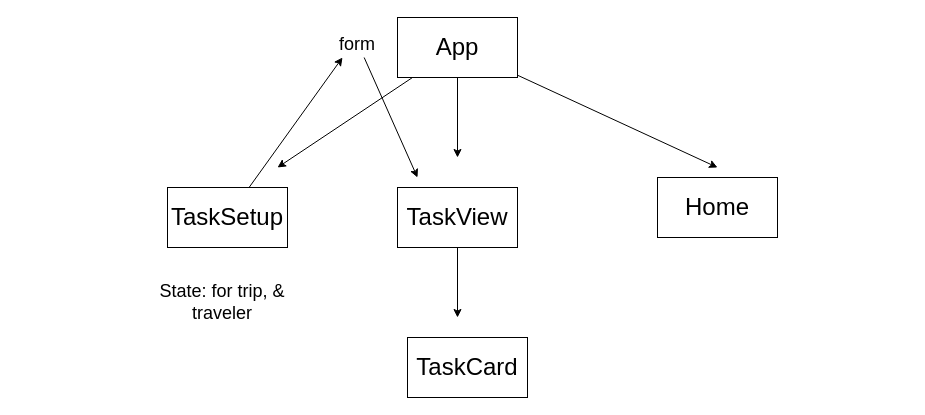
This is src/hierarchy.drawio from penelopedurand/TripPlanner, a draw.io file, before an edit. Source tidied: cells renumbered, new cells numbered last; positions are measured from the earlier drawing's top-left corner, leaving out a move shared by most shapes. Both pictures are drawn from the tidied source at 100%, with x=0, y=0 at pixel (147, 17).
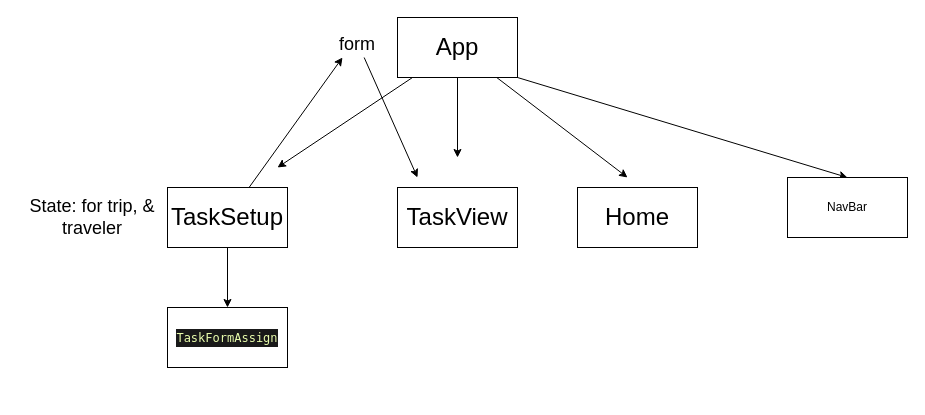
Above is the later version.

The change refers to these unchanged cells:
```xml
<mxCell id="5" value="&lt;font style=&quot;font-size: 24px&quot;&gt;App&lt;/font&gt;" style="rounded=0;whiteSpace=wrap;html=1;" parent="1" vertex="1">
  <mxGeometry x="250" width="120" height="60" as="geometry" />
</mxCell>
<mxCell id="8" value="&lt;span style=&quot;font-size: 24px&quot;&gt;TaskSetup&lt;/span&gt;" style="rounded=0;whiteSpace=wrap;html=1;" parent="1" vertex="1">
  <mxGeometry x="20" y="170" width="120" height="60" as="geometry" />
</mxCell>
<mxCell id="10" value="&lt;span style=&quot;font-size: 24px&quot;&gt;TaskView&lt;/span&gt;" style="rounded=0;whiteSpace=wrap;html=1;" parent="1" vertex="1">
  <mxGeometry x="250" y="170" width="120" height="60" as="geometry" />
</mxCell>
```

Change to the diagram source:
```diff
@@
     <mxCell id="4" style="edgeStyle=none;html=1;fontSize=24;" parent="1" edge="1" source="5">
       <mxGeometry relative="1" as="geometry">
-        <mxPoint x="570" y="150" as="targetPoint" />
+        <mxPoint x="480" y="160" as="targetPoint" />
       </mxGeometry>
     </mxCell>
+    <mxCell id="16" style="edgeStyle=none;html=1;exitX=1;exitY=1;exitDx=0;exitDy=0;entryX=0.5;entryY=0;entryDx=0;entryDy=0;" parent="1" edge="1" source="5" target="18">
+      <mxGeometry relative="1" as="geometry" />
+    </mxCell>
@@
+    <mxCell id="17" style="edgeStyle=none;html=1;exitX=0.5;exitY=1;exitDx=0;exitDy=0;entryX=0.5;entryY=0;entryDx=0;entryDy=0;" parent="1" edge="1" source="8" target="19">
+      <mxGeometry relative="1" as="geometry" />
+    </mxCell>
@@
-    <mxCell id="9" style="edgeStyle=none;html=1;fontSize=24;" parent="1" edge="1" source="10">
-      <mxGeometry relative="1" as="geometry">
-        <mxPoint x="310" y="300" as="targetPoint" />
-      </mxGeometry>
-    </mxCell>
@@
     <mxCell id="11" value="&lt;span style=&quot;font-size: 24px&quot;&gt;Home&lt;/span&gt;" style="rounded=0;whiteSpace=wrap;html=1;" parent="1" vertex="1">
-      <mxGeometry x="510" y="160" width="120" height="60" as="geometry" />
+      <mxGeometry x="430" y="170" width="120" height="60" as="geometry" />
     </mxCell>
-    <mxCell id="12" value="&lt;span style=&quot;font-size: 24px&quot;&gt;TaskCard&lt;/span&gt;" style="rounded=0;whiteSpace=wrap;html=1;" parent="1" vertex="1">
-      <mxGeometry x="260" y="320" width="120" height="60" as="geometry" />
-    </mxCell>
@@
     <mxCell id="15" value="State: for trip, &amp;amp; traveler" style="text;html=1;strokeColor=none;fillColor=none;align=center;verticalAlign=middle;whiteSpace=wrap;rounded=0;fontSize=18;" parent="1" vertex="1">
-      <mxGeometry y="230" width="150" height="110" as="geometry" />
+      <mxGeometry x="-130" y="145" width="150" height="110" as="geometry" />
     </mxCell>
+    <mxCell id="18" value="NavBar" style="whiteSpace=wrap;html=1;" parent="1" vertex="1">
+      <mxGeometry x="640" y="160" width="120" height="60" as="geometry" />
+    </mxCell>
+    <mxCell id="19" value="&lt;div style=&quot;color: rgb(248 , 248 , 242) ; background-color: rgb(25 , 25 , 25) ; font-family: &amp;#34;menlo&amp;#34; , &amp;#34;monaco&amp;#34; , &amp;#34;courier new&amp;#34; , monospace ; line-height: 18px&quot;&gt;&lt;span style=&quot;color: #e9fdac&quot;&gt;TaskFormAssign&lt;/span&gt;&lt;/div&gt;" style="whiteSpace=wrap;html=1;" parent="1" vertex="1">
+      <mxGeometry x="20" y="290" width="120" height="60" as="geometry" />
+    </mxCell>
```
